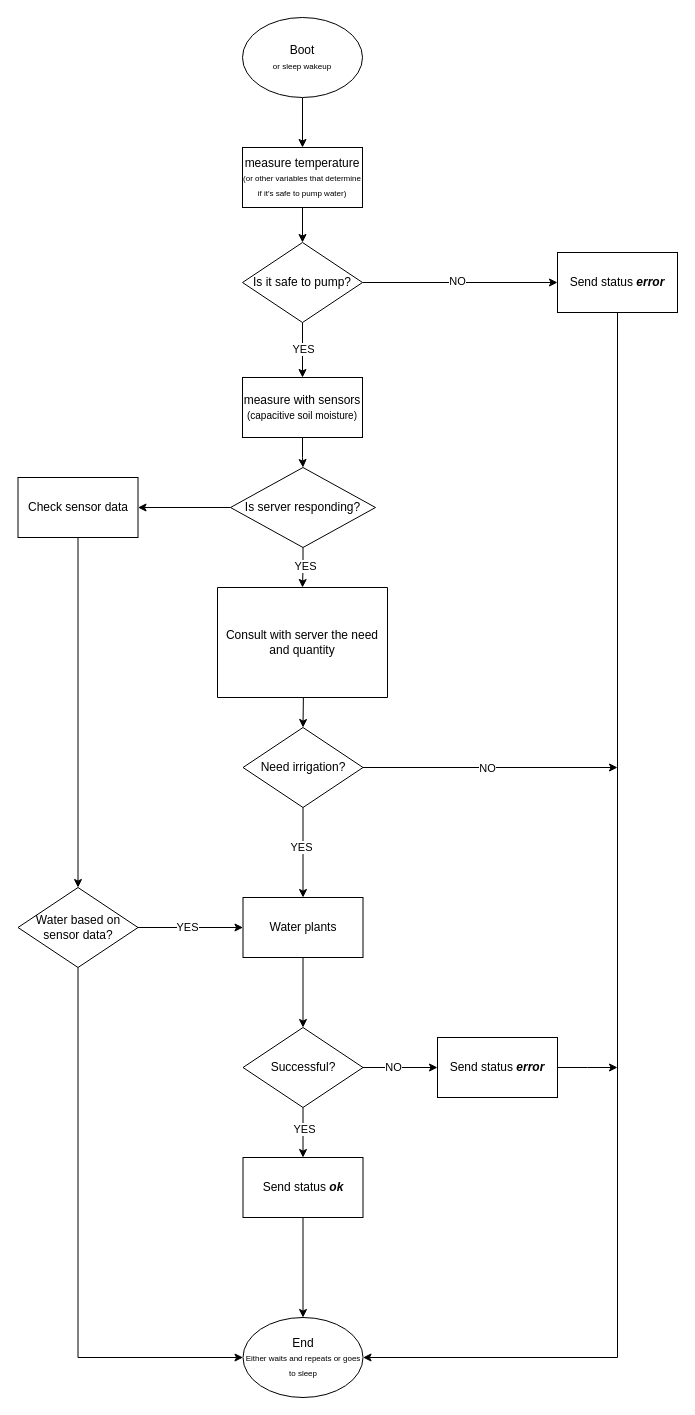
Before: software/Zahradnik-flowchart.drawio in DvorakFilip/Zahradnik, a draw.io diagram. Source tidied: cells renumbered, new cells numbered last; positions are measured from the earlier drawing's top-left corner, leaving out a move shared by most shapes. Both pictures are drawn from the tidied source at 100%, with x=0, y=0 at pixel (17, 17).
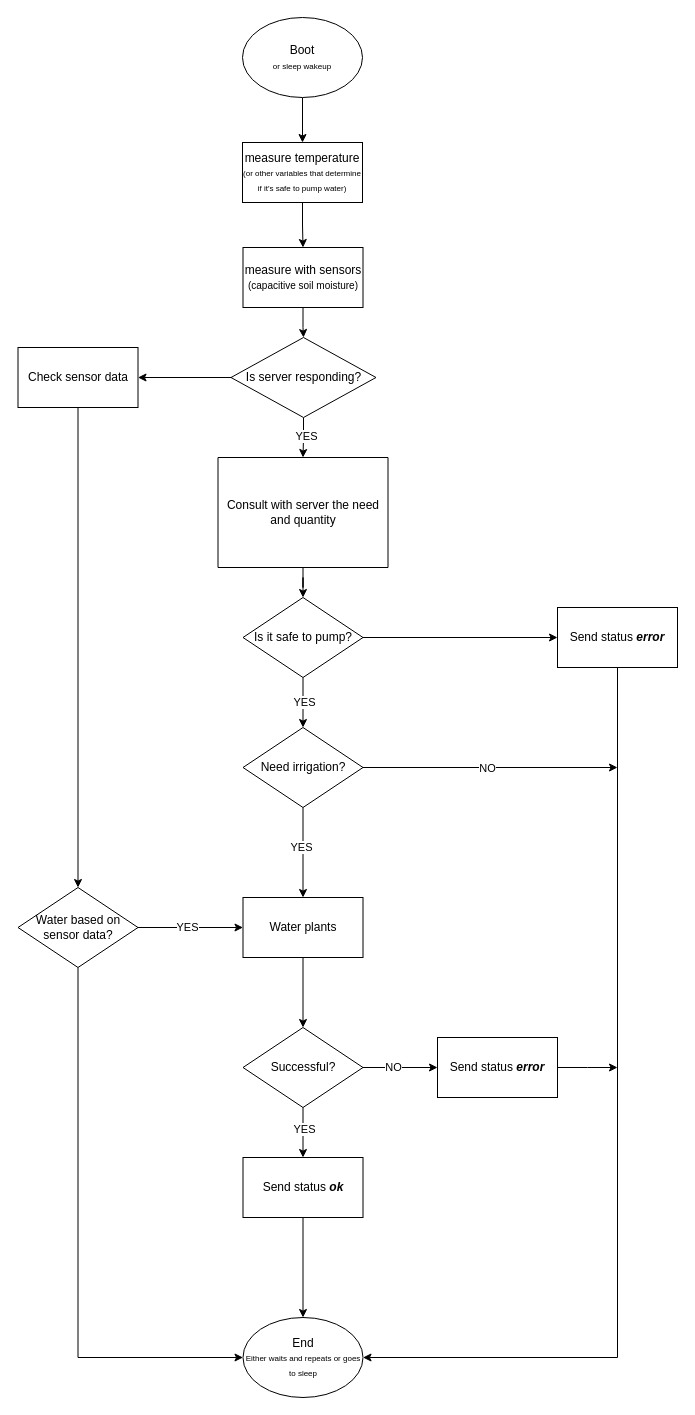
The same diagram, later.

The change refers to these unchanged cells:
```xml
<mxCell id="3" value="Boot&lt;div&gt;&lt;font style=&quot;font-size: 8px;&quot;&gt;or sleep wakeup&lt;/font&gt;&lt;/div&gt;" style="ellipse;whiteSpace=wrap;html=1;shapeInside=1;" parent="1" vertex="1">
  <mxGeometry x="225" width="120" height="80" as="geometry" />
</mxCell>
<mxCell id="25" value="Need irrigation?" style="rhombus;whiteSpace=wrap;html=1;shapeInside=1;" parent="1" vertex="1">
  <mxGeometry x="225.5" y="710" width="120" height="80" as="geometry" />
</mxCell>
```

Diff of the diagram source:
```diff
@@
-    <mxCell id="2" style="edgeStyle=orthogonalEdgeStyle;rounded=0;jettySize=auto;html=1;defaultLabelBackgroundColor=page;" parent="1" edge="1" source="3" target="6">
+    <mxCell id="2" style="edgeStyle=orthogonalEdgeStyle;rounded=0;jettySize=auto;html=1;entryX=0.5;entryY=0;entryDx=0;entryDy=0;defaultLabelBackgroundColor=page;" parent="1" edge="1" source="3" target="6">
       <mxGeometry relative="1" as="geometry" />
     </mxCell>
@@
-    <mxCell id="5" style="edgeStyle=orthogonalEdgeStyle;rounded=0;jettySize=auto;html=1;defaultLabelBackgroundColor=page;" parent="1" edge="1" source="6" target="13">
-      <mxGeometry relative="1" as="geometry" />
-    </mxCell>
+    <mxCell id="44" style="edgeStyle=orthogonalEdgeStyle;rounded=0;jettySize=auto;html=1;entryX=0.5;entryY=0;entryDx=0;entryDy=0;defaultLabelBackgroundColor=page;" parent="1" edge="1" source="6" target="8">
+      <mxGeometry relative="1" as="geometry" />
+    </mxCell>
     <mxCell id="6" value="&lt;div&gt;measure temperature&lt;/div&gt;&lt;div&gt;&lt;font style=&quot;font-size: 8px;&quot;&gt;(or other variables that determine if it's safe to pump water)&lt;/font&gt;&lt;/div&gt;" style="whiteSpace=wrap;html=1;" parent="1" vertex="1">
-      <mxGeometry x="225" y="130" width="120" height="60" as="geometry" />
+      <mxGeometry x="225" y="125" width="120" height="60" as="geometry" />
     </mxCell>
@@
     <mxCell id="8" value="&lt;div&gt;measure with sensors&lt;/div&gt;&lt;div&gt;&lt;font size=&quot;1&quot;&gt;(capacitive soil moisture)&lt;/font&gt;&lt;/div&gt;" style="whiteSpace=wrap;html=1;" parent="1" vertex="1">
-      <mxGeometry x="225" y="360" width="120" height="60" as="geometry" />
+      <mxGeometry x="225.5" y="230" width="120" height="60" as="geometry" />
     </mxCell>
-    <mxCell id="9" style="edgeStyle=orthogonalEdgeStyle;rounded=0;jettySize=auto;html=1;entryX=0.5;entryY=0;entryDx=0;entryDy=0;defaultLabelBackgroundColor=page;" parent="1" edge="1" source="13" target="8">
-      <mxGeometry relative="1" as="geometry" />
-    </mxCell>
+    <mxCell id="45" style="edgeStyle=orthogonalEdgeStyle;rounded=0;jettySize=auto;html=1;entryX=0.5;entryY=0;entryDx=0;entryDy=0;defaultLabelBackgroundColor=page;" parent="1" edge="1" source="13" target="25">
+      <mxGeometry relative="1" as="geometry" />
+    </mxCell>
-    <mxCell id="10" value="YES" style="edgeLabel;html=1;align=center;verticalAlign=middle;inheritText=1;defaultLabelBackgroundColor=page;" parent="9" vertex="1">
-      <mxGeometry x="-0.04" relative="1" as="geometry" />
+    <mxCell id="10" value="YES" style="edgeLabel;html=1;align=center;verticalAlign=middle;inheritText=1;defaultLabelBackgroundColor=page;" parent="45" vertex="1">
+      <mxGeometry x="-0.03" y="1" relative="1" as="geometry" />
     </mxCell>
-    <mxCell id="11" style="edgeStyle=orthogonalEdgeStyle;rounded=0;jettySize=auto;html=1;defaultLabelBackgroundColor=page;" parent="1" edge="1" source="13" target="15">
+    <mxCell id="11" style="edgeStyle=orthogonalEdgeStyle;rounded=0;jettySize=auto;html=1;defaultLabelBackgroundColor=page;entryX=0;entryY=0.5;entryDx=0;entryDy=0;" parent="1" edge="1" source="13" target="15">
       <mxGeometry relative="1" as="geometry" />
     </mxCell>
-    <mxCell id="12" value="NO" style="edgeLabel;html=1;align=center;verticalAlign=middle;inheritText=1;defaultLabelBackgroundColor=page;" parent="11" vertex="1">
-      <mxGeometry x="-0.04" y="2" relative="1" as="geometry" />
-    </mxCell>
     <mxCell id="13" value="Is it safe to pump?" style="rhombus;whiteSpace=wrap;html=1;shapeInside=1;" parent="1" vertex="1">
-      <mxGeometry x="225" y="225" width="120" height="80" as="geometry" />
+      <mxGeometry x="225.5" y="580" width="120" height="80" as="geometry" />
     </mxCell>
@@
     <mxCell id="15" value="Send status &lt;b&gt;&lt;i&gt;error&lt;/i&gt;&lt;/b&gt;" style="whiteSpace=wrap;html=1;" parent="1" vertex="1">
-      <mxGeometry x="540" y="235" width="120" height="60" as="geometry" />
+      <mxGeometry x="540" y="590" width="120" height="60" as="geometry" />
     </mxCell>
@@
     <mxCell id="19" value="Is server responding?" style="rhombus;whiteSpace=wrap;html=1;shapeInside=1;" parent="1" vertex="1">
-      <mxGeometry x="213" y="450" width="145" height="80" as="geometry" />
+      <mxGeometry x="213.5" y="320" width="145" height="80" as="geometry" />
     </mxCell>
-    <mxCell id="20" style="edgeStyle=orthogonalEdgeStyle;rounded=0;jettySize=auto;html=1;defaultLabelBackgroundColor=page;" parent="1" edge="1" target="25">
-      <mxGeometry relative="1" as="geometry">
-        <mxPoint x="285.5" y="630" as="sourcePoint" />
-      </mxGeometry>
-    </mxCell>
@@
+    <mxCell id="46" style="edgeStyle=orthogonalEdgeStyle;rounded=0;jettySize=auto;html=1;entryX=0.5;entryY=0;entryDx=0;entryDy=0;defaultLabelBackgroundColor=page;" parent="1" edge="1" source="26" target="13">
+      <mxGeometry relative="1" as="geometry" />
+    </mxCell>
     <mxCell id="26" value="Consult with server the need and quantity" style="shape=parallelogram;perimeter=parallelogramPerimeter;whiteSpace=wrap;html=1;shapeInside=1;fixedSize=1;size=0;" parent="1" vertex="1">
-      <mxGeometry x="200" y="570" width="170" height="110" as="geometry" />
+      <mxGeometry x="200.5" y="440" width="170" height="110" as="geometry" />
     </mxCell>
@@
     <mxCell id="39" value="Check sensor data" style="whiteSpace=wrap;html=1;" parent="1" vertex="1">
-      <mxGeometry x="0.5" y="460" width="120" height="60" as="geometry" />
+      <mxGeometry x="0.5" y="330" width="120" height="60" as="geometry" />
     </mxCell>
```
